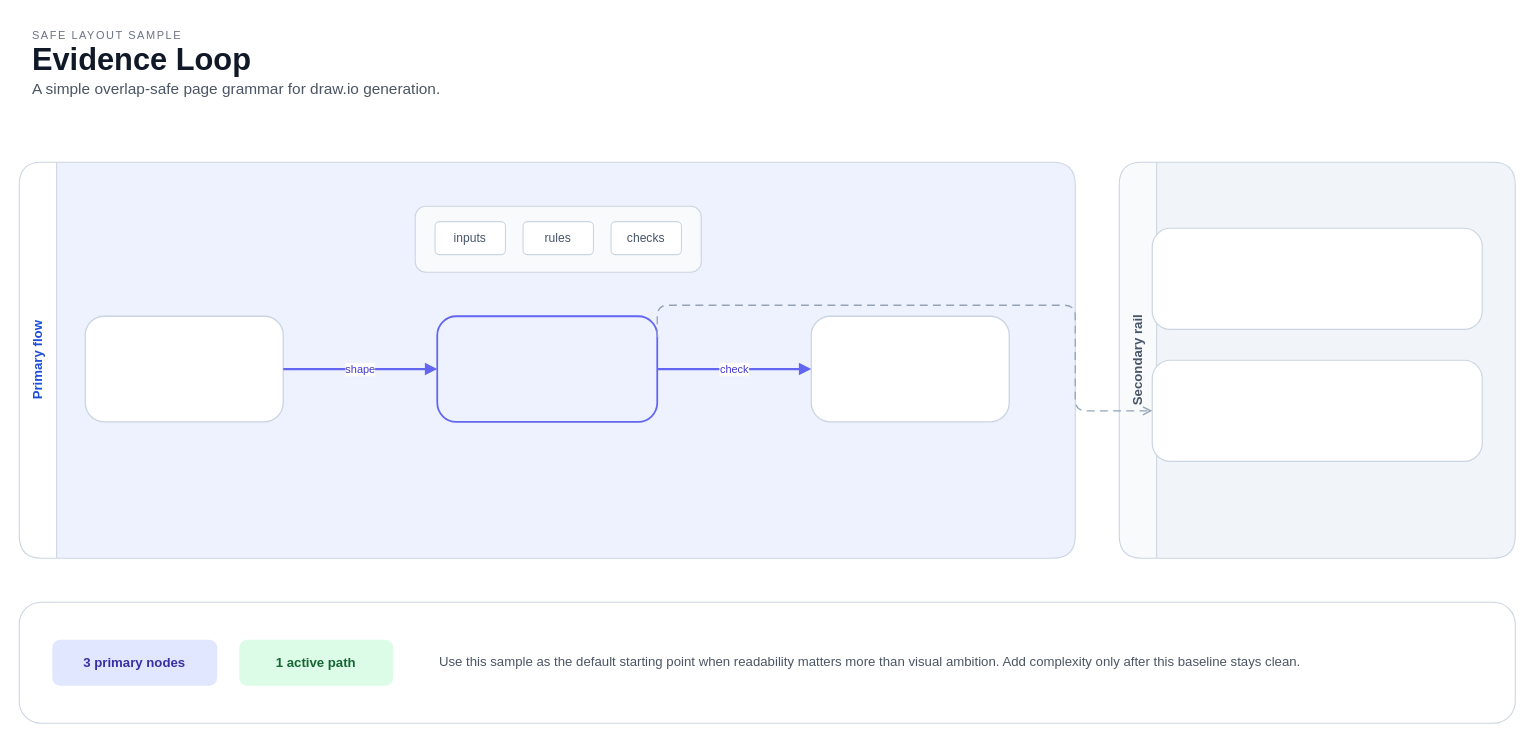
Before: assets/safe-layout-flow-canvas.drawio in gigio1023/drawio-agent-skill, a draw.io diagram. Source tidied: cells renumbered, new cells numbered last; positions are measured from the earlier drawing's top-left corner, leaving out a move shared by most shapes. Both pictures are drawn from the tidied source at 110%, with x=0, y=0 at pixel (19, 19).
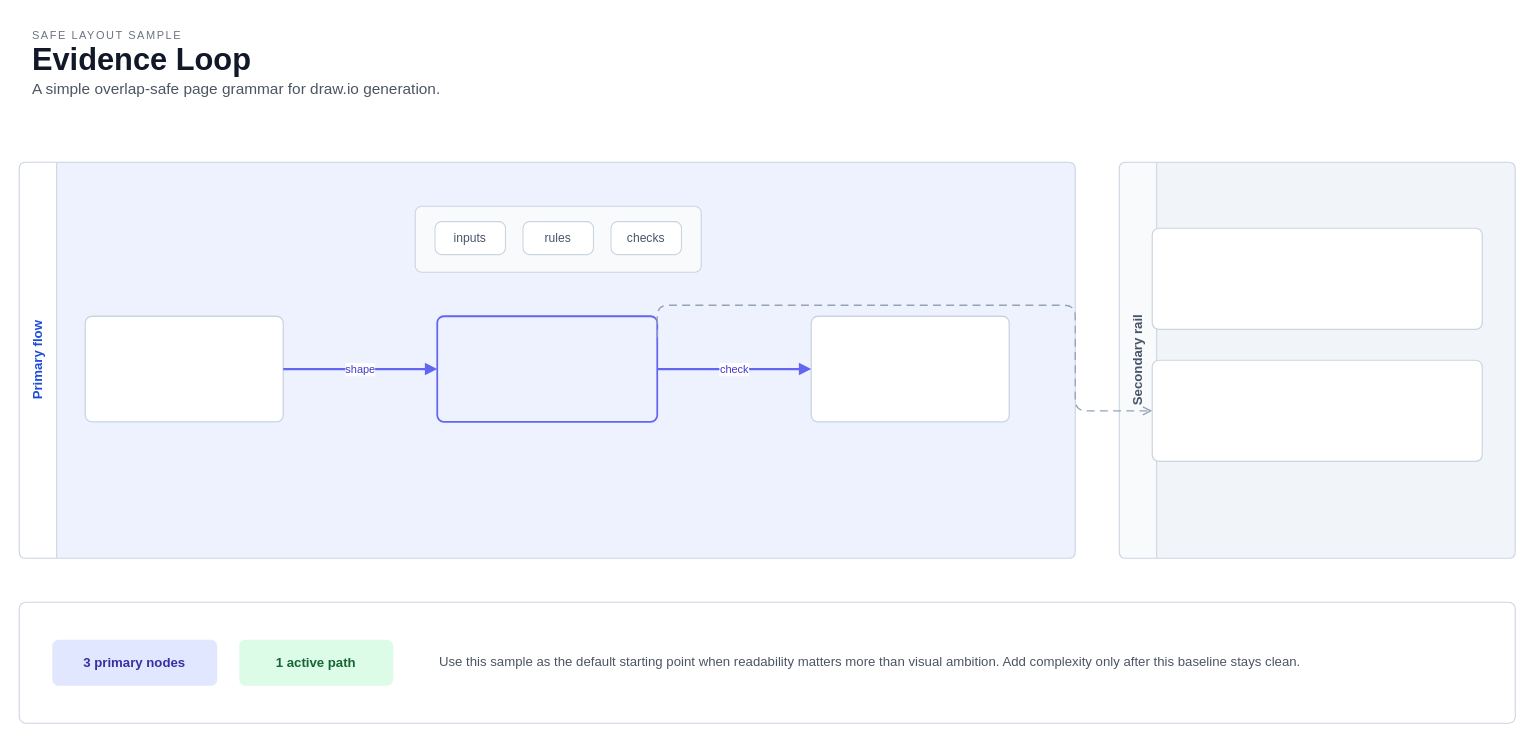
The same page after the edit.

The edit, as a diff of the source:
```diff
@@
-    <mxCell id="3" value="&lt;b&gt;Primary flow&lt;/b&gt;" style="swimlane;startSize=34;rounded=1;arcSize=20;html=1;whiteSpace=wrap;fillColor=#FFFFFF;swimlaneFillColor=#EEF2FF;strokeColor=#CBD5E1;fontColor=#1D4ED8;fontStyle=1;horizontal=0;" parent="1" vertex="1">
+    <mxCell id="3" value="&lt;b&gt;Primary flow&lt;/b&gt;" style="swimlane;startSize=34;rounded=1;absoluteArcSize=1;arcSize=12;html=1;whiteSpace=wrap;fillColor=#FFFFFF;swimlaneFillColor=#EEF2FF;strokeColor=#CBD5E1;fontColor=#1D4ED8;fontStyle=1;horizontal=0;" parent="1" vertex="1">
       <mxGeometry y="130" width="960" height="360" as="geometry" />
     </mxCell>
-    <mxCell id="4" value="&lt;b&gt;Secondary rail&lt;/b&gt;" style="swimlane;startSize=34;rounded=1;arcSize=20;html=1;whiteSpace=wrap;fillColor=#F8FAFC;swimlaneFillColor=#F1F5F9;strokeColor=#CBD5E1;fontColor=#475569;fontStyle=1;horizontal=0;" parent="1" vertex="1">
+    <mxCell id="4" value="&lt;b&gt;Secondary rail&lt;/b&gt;" style="swimlane;startSize=34;rounded=1;absoluteArcSize=1;arcSize=12;html=1;whiteSpace=wrap;fillColor=#F8FAFC;swimlaneFillColor=#F1F5F9;strokeColor=#CBD5E1;fontColor=#475569;fontStyle=1;horizontal=0;" parent="1" vertex="1">
       <mxGeometry x="1000" y="130" width="360" height="360" as="geometry" />
     </mxCell>
-    <mxCell id="5" style="rounded=1;html=1;whiteSpace=wrap;fillColor=#FFFFFF;strokeColor=#CBD5E1;arcSize=18;" parent="1" vertex="1">
+    <mxCell id="5" style="rounded=1;absoluteArcSize=1;arcSize=12;html=1;whiteSpace=wrap;fillColor=#FFFFFF;strokeColor=#CBD5E1;" parent="1" vertex="1">
       <mxGeometry y="530" width="1360" height="110" as="geometry" />
     </mxCell>
-    <mxCell id="6" style="rounded=1;whiteSpace=wrap;html=1;fillColor=#FFFFFF;strokeColor=#CBD5E1;strokeWidth=1.2;fontColor=#111827;fontSize=13;spacing=12;arcSize=18;" parent="3" vertex="1">
+    <mxCell id="6" style="rounded=1;absoluteArcSize=1;arcSize=12;whiteSpace=wrap;html=1;fillColor=#FFFFFF;strokeColor=#CBD5E1;strokeWidth=1.2;fontColor=#111827;fontSize=13;spacing=12;" parent="3" vertex="1">
       <mxGeometry x="60" y="140" width="180" height="96" as="geometry" />
     </mxCell>
-    <mxCell id="7" style="rounded=1;whiteSpace=wrap;html=1;fillColor=#EEF2FF;strokeColor=#6366F1;strokeWidth=1.6;fontColor=#111827;fontSize=13;spacing=12;arcSize=18;" parent="3" vertex="1">
+    <mxCell id="7" style="rounded=1;absoluteArcSize=1;arcSize=12;whiteSpace=wrap;html=1;fillColor=#EEF2FF;strokeColor=#6366F1;strokeWidth=1.6;fontColor=#111827;fontSize=13;spacing=12;" parent="3" vertex="1">
       <mxGeometry x="380" y="140" width="200" height="96" as="geometry" />
     </mxCell>
-    <mxCell id="8" style="rounded=1;whiteSpace=wrap;html=1;fillColor=#FFFFFF;strokeColor=#CBD5E1;strokeWidth=1.2;fontColor=#111827;fontSize=13;spacing=12;arcSize=18;" parent="3" vertex="1">
+    <mxCell id="8" style="rounded=1;absoluteArcSize=1;arcSize=12;whiteSpace=wrap;html=1;fillColor=#FFFFFF;strokeColor=#CBD5E1;strokeWidth=1.2;fontColor=#111827;fontSize=13;spacing=12;" parent="3" vertex="1">
       <mxGeometry x="720" y="140" width="180" height="96" as="geometry" />
     </mxCell>
-    <mxCell id="9" style="group;" parent="3" vertex="1">
+    <mxCell id="9" style="group;html=1;" parent="3" vertex="1">
       <mxGeometry x="360" y="40" width="260" height="60" as="geometry" />
     </mxCell>
-    <mxCell id="10" style="rounded=1;html=1;whiteSpace=wrap;fillColor=#F8FAFC;strokeColor=#CBD5E1;arcSize=16;" parent="9" vertex="1">
+    <mxCell id="10" style="rounded=1;absoluteArcSize=1;arcSize=12;html=1;whiteSpace=wrap;fillColor=#F8FAFC;strokeColor=#CBD5E1;" parent="9" vertex="1">
       <mxGeometry width="260" height="60" as="geometry" />
     </mxCell>
-    <mxCell id="11" value="inputs" style="rounded=1;whiteSpace=wrap;html=1;fillColor=#FFFFFF;strokeColor=#CBD5E1;fontColor=#475569;fontSize=11;arcSize=14;" parent="9" vertex="1">
+    <mxCell id="11" value="inputs" style="rounded=1;absoluteArcSize=1;arcSize=12;whiteSpace=wrap;html=1;fillColor=#FFFFFF;strokeColor=#CBD5E1;fontColor=#475569;fontSize=11;spacing=8;" parent="9" vertex="1">
       <mxGeometry x="18" y="14" width="64" height="30" as="geometry" />
     </mxCell>
-    <mxCell id="12" value="rules" style="rounded=1;whiteSpace=wrap;html=1;fillColor=#FFFFFF;strokeColor=#CBD5E1;fontColor=#475569;fontSize=11;arcSize=14;" parent="9" vertex="1">
+    <mxCell id="12" value="rules" style="rounded=1;absoluteArcSize=1;arcSize=12;whiteSpace=wrap;html=1;fillColor=#FFFFFF;strokeColor=#CBD5E1;fontColor=#475569;fontSize=11;spacing=8;" parent="9" vertex="1">
       <mxGeometry x="98" y="14" width="64" height="30" as="geometry" />
     </mxCell>
-    <mxCell id="13" value="checks" style="rounded=1;whiteSpace=wrap;html=1;fillColor=#FFFFFF;strokeColor=#CBD5E1;fontColor=#475569;fontSize=11;arcSize=14;" parent="9" vertex="1">
+    <mxCell id="13" value="checks" style="rounded=1;absoluteArcSize=1;arcSize=12;whiteSpace=wrap;html=1;fillColor=#FFFFFF;strokeColor=#CBD5E1;fontColor=#475569;fontSize=11;spacing=8;" parent="9" vertex="1">
       <mxGeometry x="178" y="14" width="64" height="30" as="geometry" />
     </mxCell>
-    <mxCell id="14" style="rounded=1;whiteSpace=wrap;html=1;fillColor=#FFFFFF;strokeColor=#CBD5E1;strokeWidth=1.1;fontColor=#111827;fontSize=12;spacing=12;arcSize=18;" parent="4" vertex="1">
+    <mxCell id="14" style="rounded=1;absoluteArcSize=1;arcSize=12;whiteSpace=wrap;html=1;fillColor=#FFFFFF;strokeColor=#CBD5E1;strokeWidth=1.1;fontColor=#111827;fontSize=12;spacing=12;" parent="4" vertex="1">
       <mxGeometry x="30" y="60" width="300" height="92" as="geometry" />
     </mxCell>
-    <mxCell id="15" style="rounded=1;whiteSpace=wrap;html=1;fillColor=#FFFFFF;strokeColor=#CBD5E1;strokeWidth=1.1;fontColor=#111827;fontSize=12;spacing=12;arcSize=18;" parent="4" vertex="1">
+    <mxCell id="15" style="rounded=1;absoluteArcSize=1;arcSize=12;whiteSpace=wrap;html=1;fillColor=#FFFFFF;strokeColor=#CBD5E1;strokeWidth=1.1;fontColor=#111827;fontSize=12;spacing=12;" parent="4" vertex="1">
       <mxGeometry x="30" y="180" width="300" height="92" as="geometry" />
     </mxCell>
-    <mxCell id="16" value="3 primary nodes" style="rounded=1;whiteSpace=wrap;html=1;fillColor=#E0E7FF;strokeColor=none;fontColor=#3730A3;fontSize=12;fontStyle=1;arcSize=18;" parent="5" vertex="1">
+    <mxCell id="16" value="3 primary nodes" style="rounded=1;absoluteArcSize=1;arcSize=12;whiteSpace=wrap;html=1;fillColor=#E0E7FF;strokeColor=none;fontColor=#3730A3;fontSize=12;fontStyle=1;spacing=10;" parent="5" vertex="1">
       <mxGeometry x="30" y="34" width="150" height="42" as="geometry" />
     </mxCell>
-    <mxCell id="17" value="1 active path" style="rounded=1;whiteSpace=wrap;html=1;fillColor=#DCFCE7;strokeColor=none;fontColor=#166534;fontSize=12;fontStyle=1;arcSize=18;" parent="5" vertex="1">
+    <mxCell id="17" value="1 active path" style="rounded=1;absoluteArcSize=1;arcSize=12;whiteSpace=wrap;html=1;fillColor=#DCFCE7;strokeColor=none;fontColor=#166534;fontSize=12;fontStyle=1;spacing=10;" parent="5" vertex="1">
       <mxGeometry x="200" y="34" width="140" height="42" as="geometry" />
     </mxCell>
```
